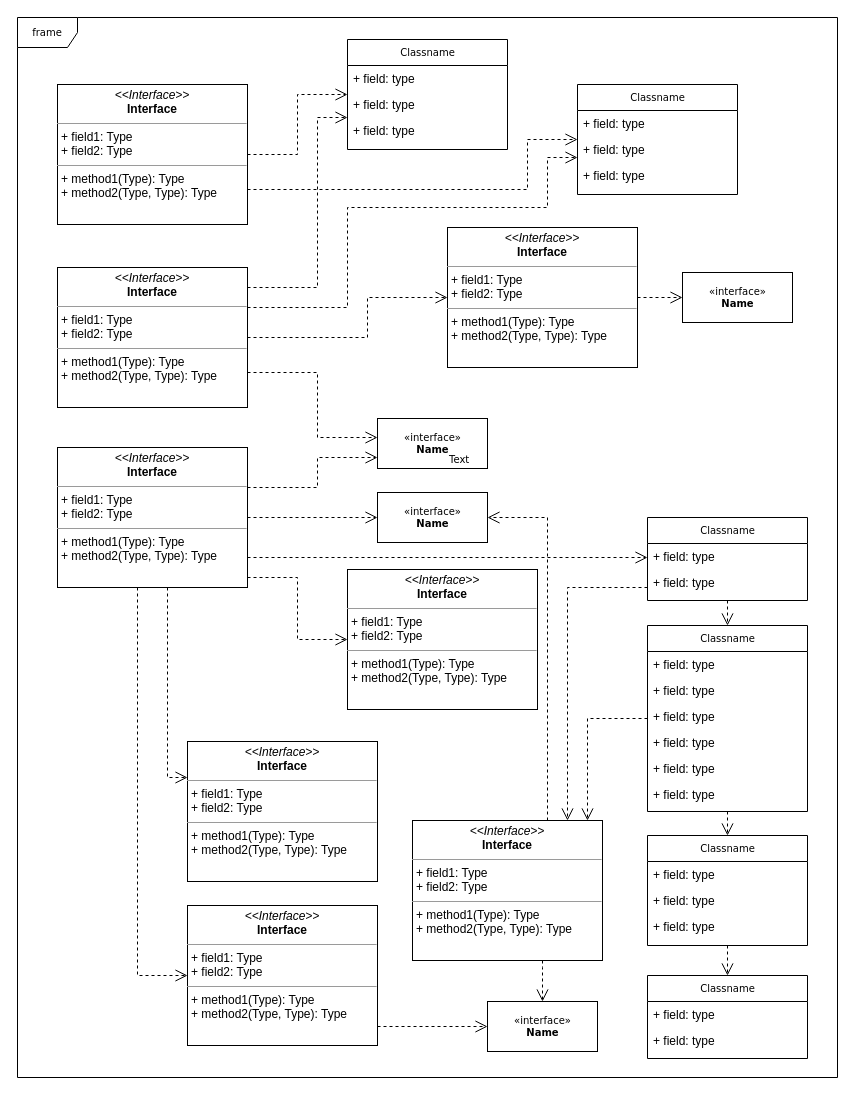
Above: Practico/Obligatorio/Diagramas/Untitled Diagram.drawio in felipeschneider88/UDE_BD3 (draw.io), before the change. Source tidied: cells renumbered, new cells numbered last; positions are measured from the earlier drawing's top-left corner, leaving out a move shared by most shapes. Both pictures are drawn from the tidied source at 100%, with x=0, y=0 at pixel (17, 17).
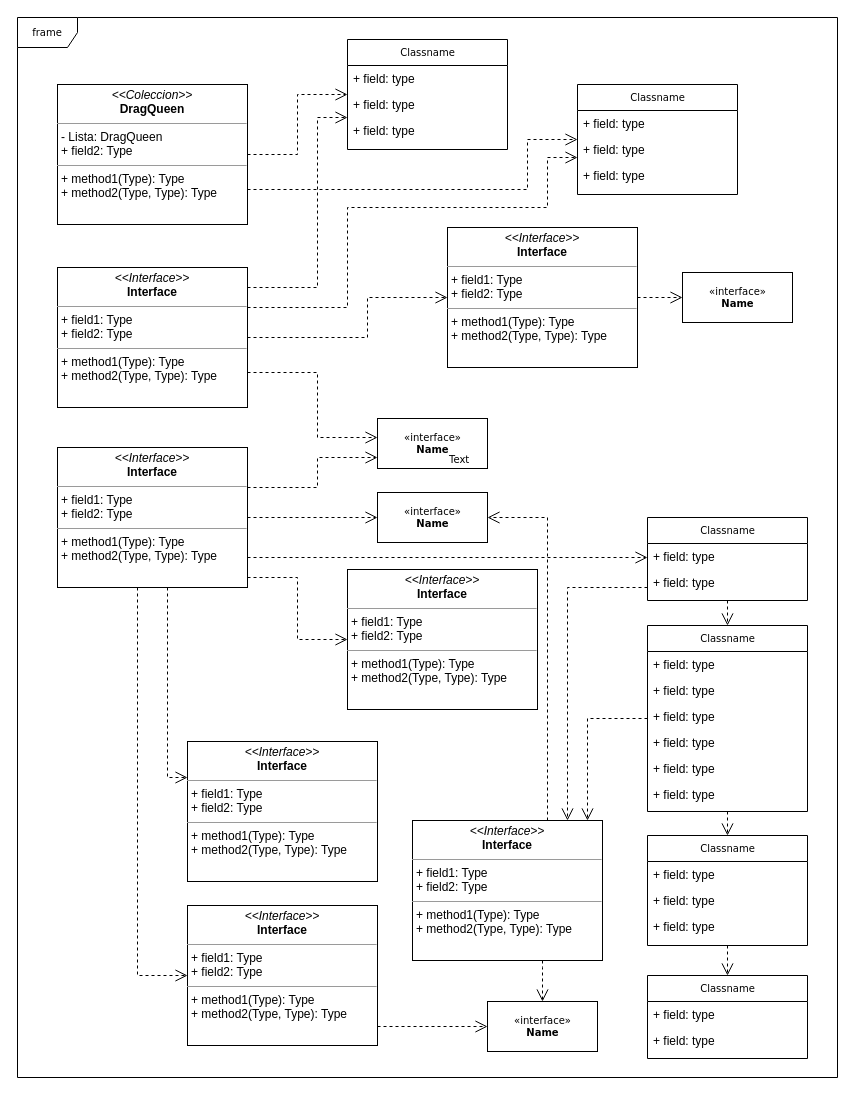
The same page after the edit.

The edit, as a diff of the source:
```diff
@@
-    <mxCell id="48" value="&lt;p style=&quot;margin:0px;margin-top:4px;text-align:center;&quot;&gt;&lt;i&gt;&amp;lt;&amp;lt;Interface&amp;gt;&amp;gt;&lt;/i&gt;&lt;br/&gt;&lt;b&gt;Interface&lt;/b&gt;&lt;/p&gt;&lt;hr size=&quot;1&quot;/&gt;&lt;p style=&quot;margin:0px;margin-left:4px;&quot;&gt;+ field1: Type&lt;br/&gt;+ field2: Type&lt;/p&gt;&lt;hr size=&quot;1&quot;/&gt;&lt;p style=&quot;margin:0px;margin-left:4px;&quot;&gt;+ method1(Type): Type&lt;br/&gt;+ method2(Type, Type): Type&lt;/p&gt;" style="verticalAlign=top;align=left;overflow=fill;fontSize=12;fontFamily=Helvetica;html=1;rounded=0;shadow=0;comic=0;labelBackgroundColor=none;strokeColor=#000000;strokeWidth=1;fillColor=#ffffff;" parent="1" vertex="1">
+    <mxCell id="48" value="&lt;p style=&quot;margin: 0px ; margin-top: 4px ; text-align: center&quot;&gt;&lt;i&gt;&amp;lt;&amp;lt;Coleccion&amp;gt;&amp;gt;&lt;/i&gt;&lt;br&gt;&lt;b&gt;DragQueen&lt;/b&gt;&lt;/p&gt;&lt;hr size=&quot;1&quot;&gt;&lt;p style=&quot;margin: 0px ; margin-left: 4px&quot;&gt;- Lista: DragQueen&lt;br&gt;+ field2: Type&lt;/p&gt;&lt;hr size=&quot;1&quot;&gt;&lt;p style=&quot;margin: 0px ; margin-left: 4px&quot;&gt;+ method1(Type): Type&lt;br&gt;+ method2(Type, Type): Type&lt;/p&gt;" style="verticalAlign=top;align=left;overflow=fill;fontSize=12;fontFamily=Helvetica;html=1;rounded=0;shadow=0;comic=0;labelBackgroundColor=none;strokeColor=#000000;strokeWidth=1;fillColor=#ffffff;" parent="1" vertex="1">
       <mxGeometry x="40" y="67" width="190" height="140" as="geometry" />
     </mxCell>
```
